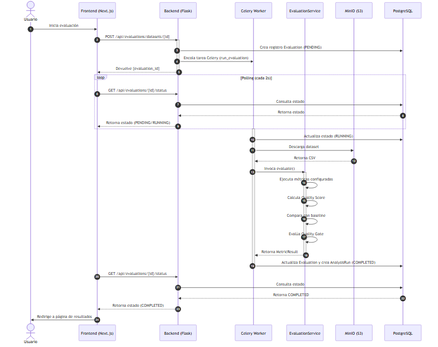
The Mermaid diagram docs/TFG/GITA_TFG/figures/img/diagrama_secuencia.png in AlexSaiz222/TFG_CALIDAD_DATOS_IA, before a commit. Its source is kept beside it as docs/TFG/GITA_TFG/misc/diagrama_secuencia.mmd. Source of this version:
```mermaid
sequenceDiagram
    autonumber
    actor Usuario as Usuario
    participant Frontend as Frontend (Next.js)
    participant Backend as Backend (Flask)
    participant Worker as Celery Worker
    participant ES as EvaluationService
    participant MinIO as MinIO (S3)
    participant DB as PostgreSQL

    Usuario->>Frontend: Inicia evaluación
    Frontend->>Backend: POST /api/evaluations/datasets/{id}
    activate Backend
    Backend->>DB: Crea registro Evaluation (PENDING)
    Backend->>Worker: Encola tarea Celery (run_evaluation)
    Backend-->>Frontend: Devuelve {evaluation_id}
    deactivate Backend

    loop Polling (cada 2s)
        Frontend->>Backend: GET /api/evaluations/{id}/status
        Backend->>DB: Consulta estado
        DB-->>Backend: Retorna estado
        Backend-->>Frontend: Retorna estado (PENDING/RUNNING)
    end

    activate Worker
    Worker->>DB: Actualiza estado (RUNNING)
    Worker->>MinIO: Descarga dataset
    MinIO-->>Worker: Retorna CSV
    Worker->>ES: Invoca evaluate()
    activate ES
    ES->>ES: Ejecuta métricas configuradas
    ES->>ES: Calcula Quality Score
    ES->>ES: Compara con baseline
    ES->>ES: Evalúa Quality Gate
    ES-->>Worker: Retorna MetricResult
    deactivate ES
    Worker->>DB: Actualiza Evaluation y crea AnalysisRun (COMPLETED)
    deactivate Worker

    Frontend->>Backend: GET /api/evaluations/{id}/status
    Backend->>DB: Consulta estado
    DB-->>Backend: Retorna COMPLETED
    Backend-->>Frontend: Retorna estado (COMPLETED)
    Frontend->>Usuario: Redirige a página de resultados
```
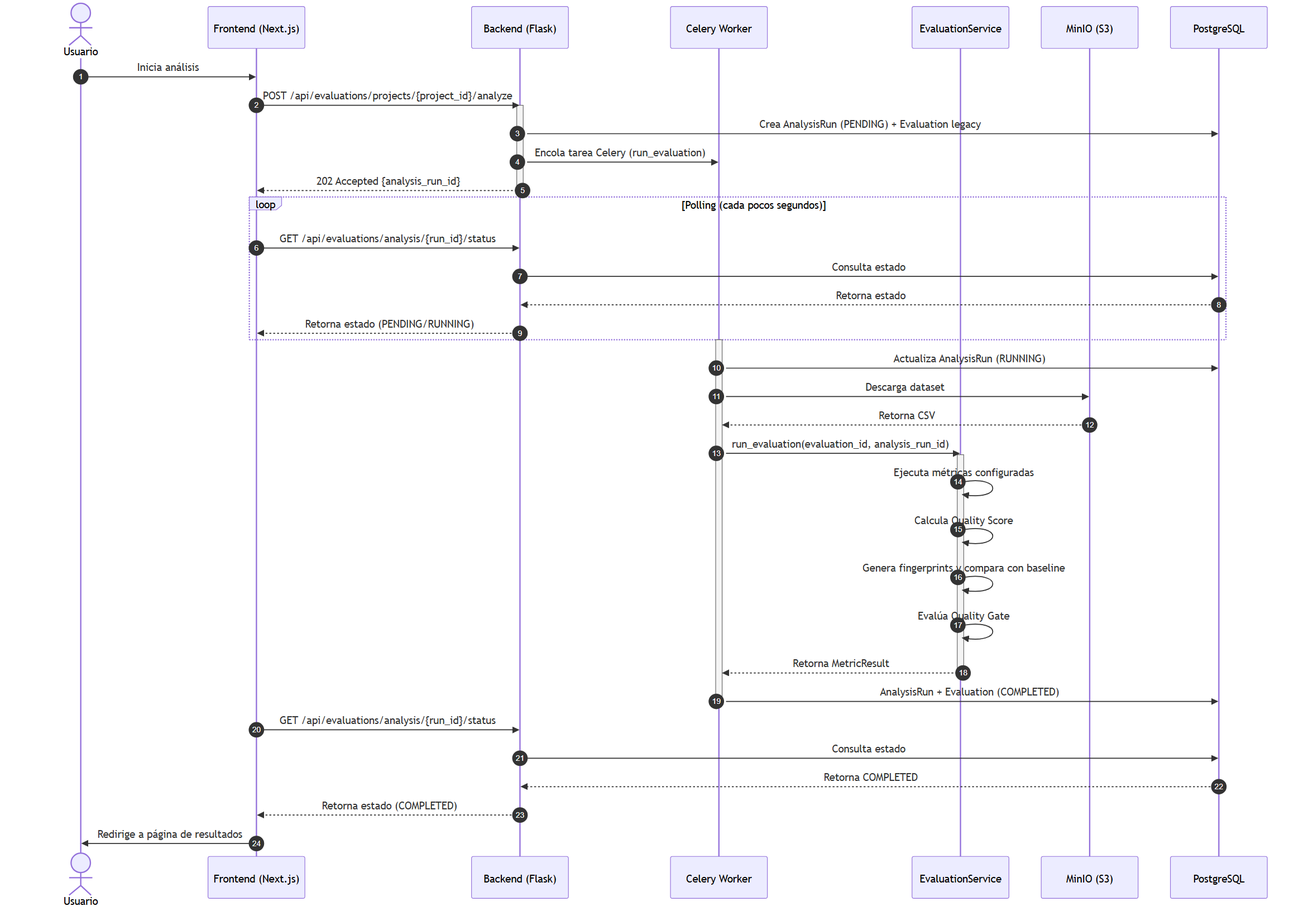
After the commit.

What changed in the source:
```diff
@@ -8,37 +8,37 @@
     participant MinIO as MinIO (S3)
     participant DB as PostgreSQL
 
-    Usuario->>Frontend: Inicia evaluación
-    Frontend->>Backend: POST /api/evaluations/datasets/{id}
+    Usuario->>Frontend: Inicia análisis
+    Frontend->>Backend: POST /api/evaluations/projects/{project_id}/analyze
     activate Backend
-    Backend->>DB: Crea registro Evaluation (PENDING)
+    Backend->>DB: Crea AnalysisRun (PENDING) + Evaluation legacy
     Backend->>Worker: Encola tarea Celery (run_evaluation)
-    Backend-->>Frontend: Devuelve {evaluation_id}
+    Backend-->>Frontend: 202 Accepted {analysis_run_id}
     deactivate Backend
 
-    loop Polling (cada 2s)
-        Frontend->>Backend: GET /api/evaluations/{id}/status
+    loop Polling (cada pocos segundos)
+        Frontend->>Backend: GET /api/evaluations/analysis/{run_id}/status
         Backend->>DB: Consulta estado
         DB-->>Backend: Retorna estado
         Backend-->>Frontend: Retorna estado (PENDING/RUNNING)
     end
 
     activate Worker
-    Worker->>DB: Actualiza estado (RUNNING)
+    Worker->>DB: Actualiza AnalysisRun (RUNNING)
     Worker->>MinIO: Descarga dataset
     MinIO-->>Worker: Retorna CSV
-    Worker->>ES: Invoca evaluate()
+    Worker->>ES: run_evaluation(evaluation_id, analysis_run_id)
     activate ES
     ES->>ES: Ejecuta métricas configuradas
     ES->>ES: Calcula Quality Score
-    ES->>ES: Compara con baseline
+    ES->>ES: Genera fingerprints y compara con baseline
     ES->>ES: Evalúa Quality Gate
     ES-->>Worker: Retorna MetricResult
     deactivate ES
-    Worker->>DB: Actualiza Evaluation y crea AnalysisRun (COMPLETED)
+    Worker->>DB: AnalysisRun + Evaluation (COMPLETED)
     deactivate Worker
 
-    Frontend->>Backend: GET /api/evaluations/{id}/status
+    Frontend->>Backend: GET /api/evaluations/analysis/{run_id}/status
     Backend->>DB: Consulta estado
     DB-->>Backend: Retorna COMPLETED
     Backend-->>Frontend: Retorna estado (COMPLETED)
```
